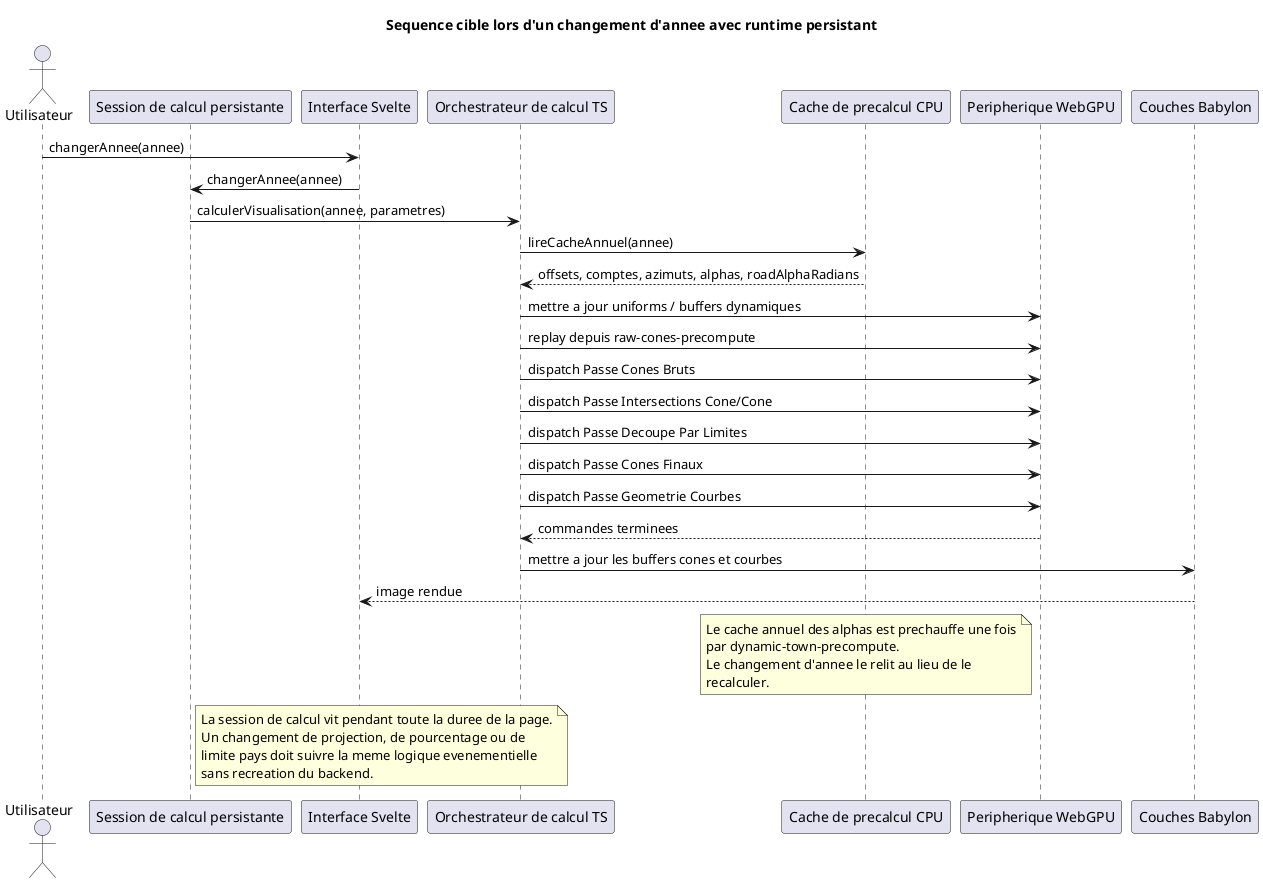
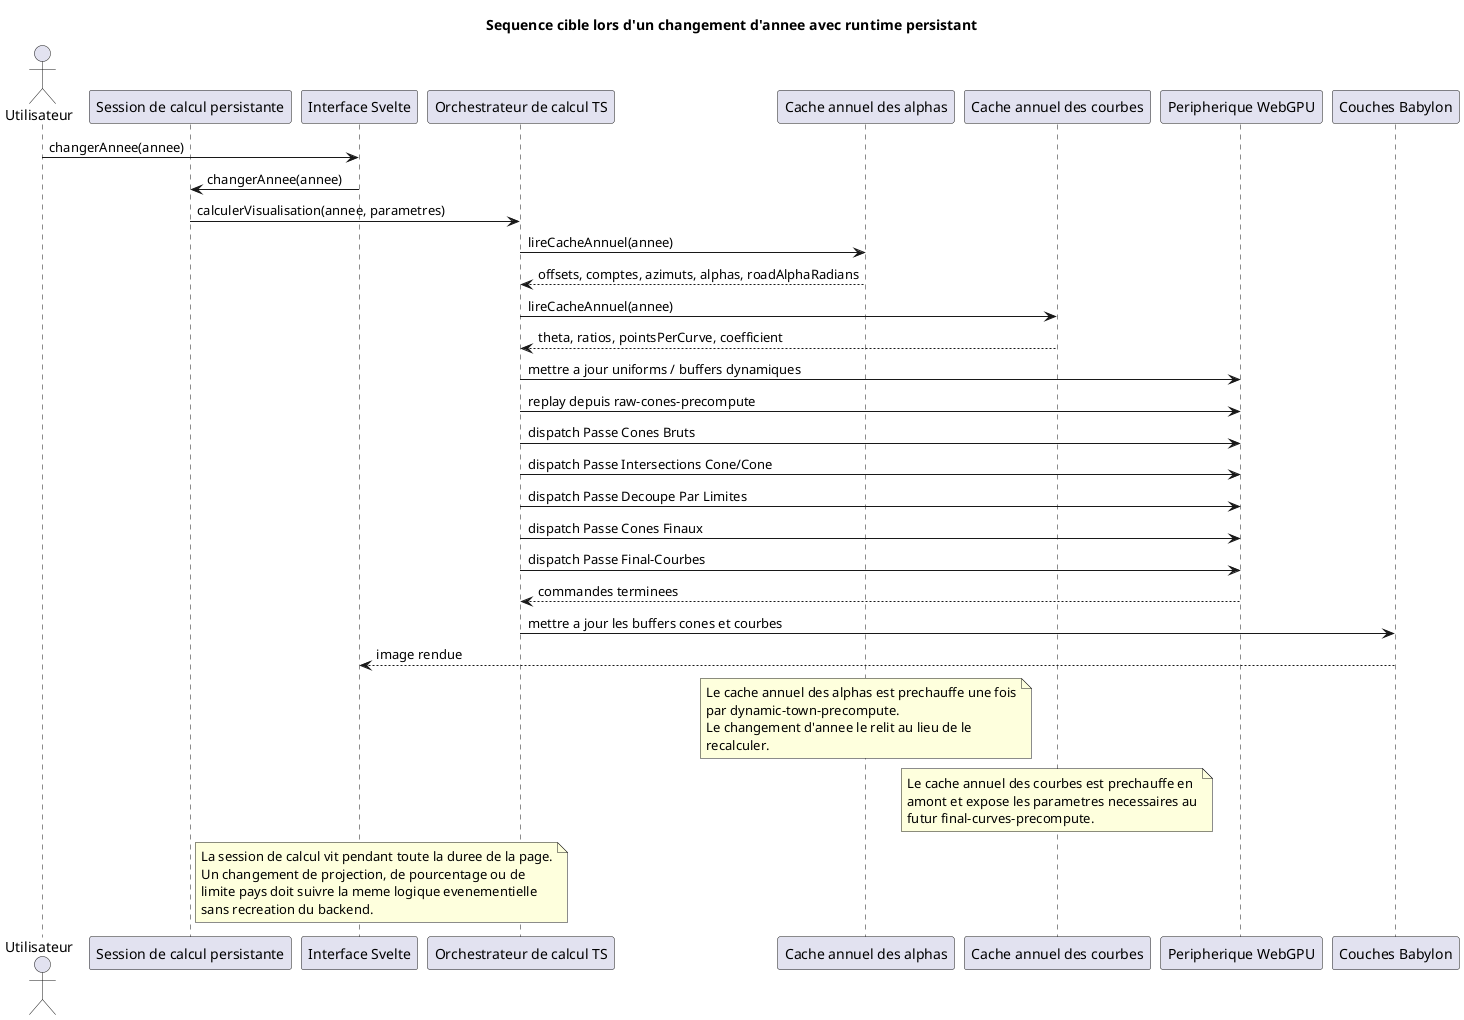
@startuml
title Sequence cible lors d'un changement d'annee avec runtime persistant

actor Utilisateur
participant "Session de calcul persistante" as Session
participant "Interface Svelte" as UI
participant "Orchestrateur de calcul TS" as TS
- participant "Cache de precalcul CPU" as Cache
+ participant "Cache annuel des alphas" as CacheAlpha
+ participant "Cache annuel des courbes" as CacheCurve
participant "Peripherique WebGPU" as GPU
participant "Couches Babylon" as Babylon

Utilisateur -> UI : changerAnnee(annee)
UI -> Session : changerAnnee(annee)
Session -> TS : calculerVisualisation(annee, parametres)
- TS -> Cache : lireCacheAnnuel(annee)
- Cache --> TS : offsets, comptes, azimuts, alphas, roadAlphaRadians
+ TS -> CacheAlpha : lireCacheAnnuel(annee)
+ CacheAlpha --> TS : offsets, comptes, azimuts, alphas, roadAlphaRadians
+ TS -> CacheCurve : lireCacheAnnuel(annee)
+ CacheCurve --> TS : theta, ratios, pointsPerCurve, coefficient
TS -> GPU : mettre a jour uniforms / buffers dynamiques
TS -> GPU : replay depuis raw-cones-precompute
TS -> GPU : dispatch Passe Cones Bruts
TS -> GPU : dispatch Passe Intersections Cone/Cone
TS -> GPU : dispatch Passe Decoupe Par Limites
TS -> GPU : dispatch Passe Cones Finaux
- TS -> GPU : dispatch Passe Geometrie Courbes
+ TS -> GPU : dispatch Passe Final-Courbes
GPU --> TS : commandes terminees
TS -> Babylon : mettre a jour les buffers cones et courbes
Babylon --> UI : image rendue

- note over Cache
+ note over CacheAlpha
  Le cache annuel des alphas est prechauffe une fois
  par dynamic-town-precompute.
  Le changement d'annee le relit au lieu de le
  recalculer.
+ end note
+ 
+ note over CacheCurve
+   Le cache annuel des courbes est prechauffe en
+   amont et expose les parametres necessaires au
+   futur final-curves-precompute.
end note

note right of Session
  La session de calcul vit pendant toute la duree de la page.
  Un changement de projection, de pourcentage ou de
  limite pays doit suivre la meme logique evenementielle
  sans recreation du backend.
end note
@enduml
